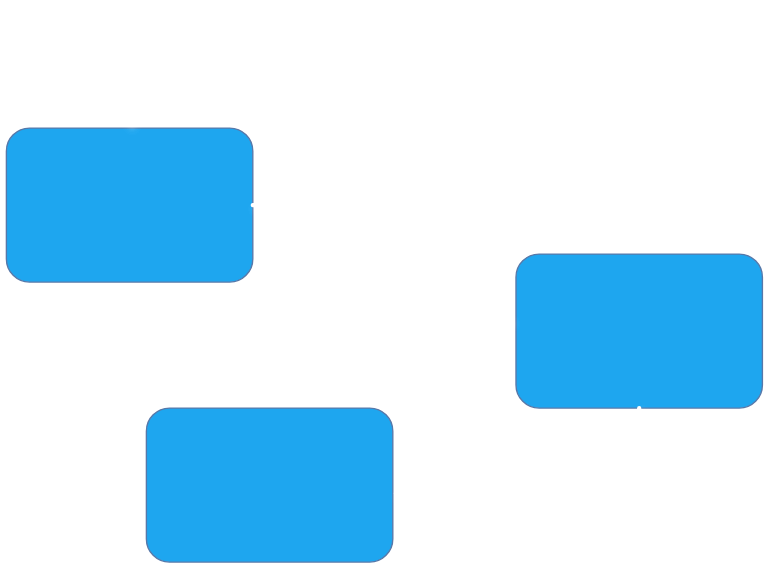
The draw.io diagram public/points.svg in GodofRussia/Archipelago-WEB, before a commit. Source tidied: cells renumbered, new cells last; positions are measured from the earlier drawing's top-left corner, leaving out a move shared by most shapes.
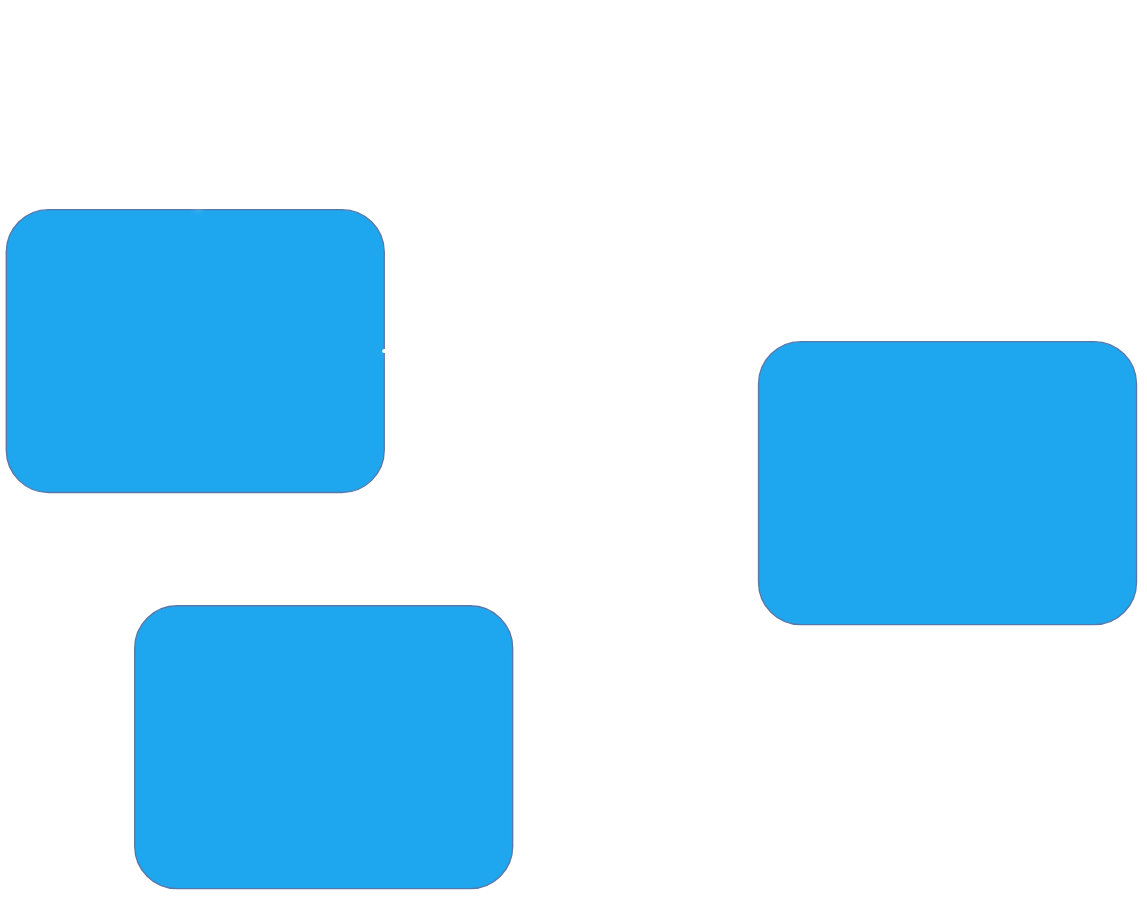
Later version of the same file.

Change to the diagram source:
```diff
@@ -2,29 +2,32 @@
   <root>
     <mxCell id="0" />
     <mxCell id="1" parent="0" />
+    <mxCell id="8" style="group;" parent="1" vertex="1">
+      <mxGeometry x="-44" y="-67" width="807" height="633" as="geometry" />
+    </mxCell>
-    <mxCell id="2" style="rounded=1;whiteSpace=wrap;html=1;fillColor=#0088d1;strokeColor=#6c8ebf;shadow=1;textShadow=1;" parent="1" vertex="1">
-      <mxGeometry y="90" width="176" height="110" as="geometry" />
+    <mxCell id="2" style="rounded=1;whiteSpace=wrap;html=1;fillColor=#0088d1;strokeColor=#6c8ebf;shadow=1;textShadow=1;" parent="8" vertex="1">
+      <mxGeometry y="148.1" width="269.9" height="202" as="geometry" />
     </mxCell>
-    <mxCell id="3" style="rounded=1;whiteSpace=wrap;html=1;fillColor=#0088d1;strokeColor=#6c8ebf;shadow=1;textShadow=1;" parent="1" vertex="1">
-      <mxGeometry x="364" y="180" width="176" height="110" as="geometry" />
-    </mxCell>
-    <mxCell id="4" style="rounded=1;whiteSpace=wrap;html=1;fillColor=#0088d1;strokeColor=#6c8ebf;shadow=1;textShadow=1;" parent="1" vertex="1">
-      <mxGeometry x="100" y="290" width="176" height="110" as="geometry" />
-    </mxCell>
-    <mxCell id="5" style="endArrow=classic;html=1;rounded=1;entryX=0.5;entryY=0;entryDx=0;entryDy=0;strokeWidth=3;shadow=1;textShadow=1;jumpStyle=arc;flowAnimation=0;sketch=1;curveFitting=1;jiggle=2;edgeStyle=orthogonalEdgeStyle;curved=1;" parent="1" edge="1" target="2">
-      <mxGeometry relative="1" as="geometry">
-        <mxPoint x="280" as="sourcePoint" />
-        <Array as="points">
-          <mxPoint x="280" y="50" />
-          <mxPoint x="88" y="50" />
-        </Array>
-      </mxGeometry>
-    </mxCell>
-    <mxCell id="6" style="endArrow=classic;html=1;rounded=0;entryX=-0.006;entryY=0.425;entryDx=0;entryDy=0;strokeWidth=3;shadow=1;textShadow=1;jumpStyle=arc;flowAnimation=0;sketch=1;curveFitting=1;jiggle=2;edgeStyle=orthogonalEdgeStyle;curved=1;entryPerimeter=0;" parent="1" edge="1" source="2" target="3">
+    <mxCell id="6" style="endArrow=classic;html=1;rounded=0;entryX=0;entryY=0.5;entryDx=0;entryDy=0;strokeWidth=3;shadow=1;textShadow=1;jumpStyle=arc;flowAnimation=0;sketch=1;curveFitting=1;jiggle=2;edgeStyle=orthogonalEdgeStyle;curved=1;" parent="8" edge="1" source="2" target="10">
       <mxGeometry relative="1" as="geometry" />
     </mxCell>
-    <mxCell id="7" style="endArrow=classic;html=1;rounded=0;entryX=0.994;entryY=0.553;entryDx=0;entryDy=0;strokeWidth=3;shadow=1;textShadow=1;jumpStyle=arc;flowAnimation=0;sketch=1;curveFitting=1;jiggle=2;edgeStyle=orthogonalEdgeStyle;curved=1;entryPerimeter=0;exitX=0.5;exitY=1;exitDx=0;exitDy=0;" parent="1" edge="1" source="3" target="4">
+    <mxCell id="7" style="endArrow=classic;html=1;rounded=0;entryX=1;entryY=0.5;entryDx=0;entryDy=0;strokeWidth=3;shadow=1;textShadow=1;jumpStyle=arc;flowAnimation=0;sketch=1;curveFitting=1;jiggle=2;edgeStyle=orthogonalEdgeStyle;curved=1;exitX=0.5;exitY=1;exitDx=0;exitDy=0;" parent="8" edge="1" source="10" target="11">
       <mxGeometry relative="1" as="geometry" />
     </mxCell>
+    <mxCell id="9" style="endArrow=classic;html=1;rounded=0;entryX=0.5;entryY=0;entryDx=0;entryDy=0;strokeWidth=3;shadow=1;textShadow=1;jumpStyle=arc;flowAnimation=0;sketch=1;curveFitting=1;jiggle=2;edgeStyle=orthogonalEdgeStyle;curved=1;" parent="8" edge="1" target="2">
+      <mxGeometry relative="1" as="geometry">
+        <mxPoint x="432.3" as="sourcePoint" />
+        <Array as="points">
+          <mxPoint x="432.3" y="53.9" />
+          <mxPoint x="134.9" y="53.9" />
+        </Array>
+      </mxGeometry>
+    </mxCell>
+    <mxCell id="10" style="rounded=1;whiteSpace=wrap;html=1;fillColor=#0088d1;strokeColor=#6c8ebf;shadow=1;textShadow=1;" parent="8" vertex="1">
+      <mxGeometry x="537.1" y="242.4" width="269.9" height="202" as="geometry" />
+    </mxCell>
+    <mxCell id="11" style="rounded=1;whiteSpace=wrap;html=1;fillColor=#0088d1;strokeColor=#6c8ebf;shadow=1;textShadow=1;" parent="8" vertex="1">
+      <mxGeometry x="91.7" y="431" width="269.9" height="202" as="geometry" />
+    </mxCell>
   </root>
 </mxGraphModel>
```
